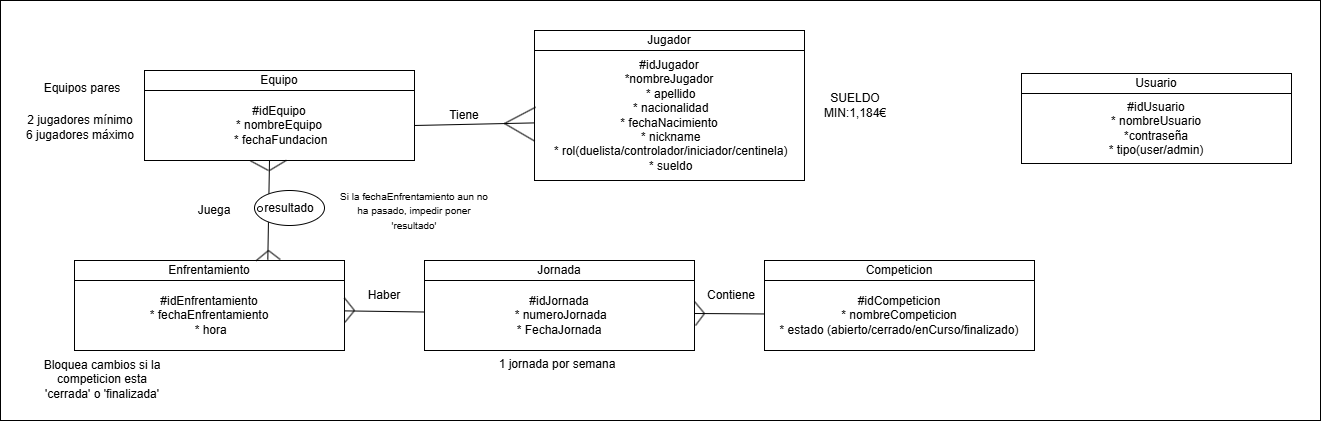
Above: Bases de Datos/MER.png in michaelratcliffe52978-blip/RETO-E-SPORTS (draw.io), before the change. Source tidied: cells renumbered, new cells last; positions are measured from the earlier drawing's top-left corner, leaving out a move shared by most shapes.
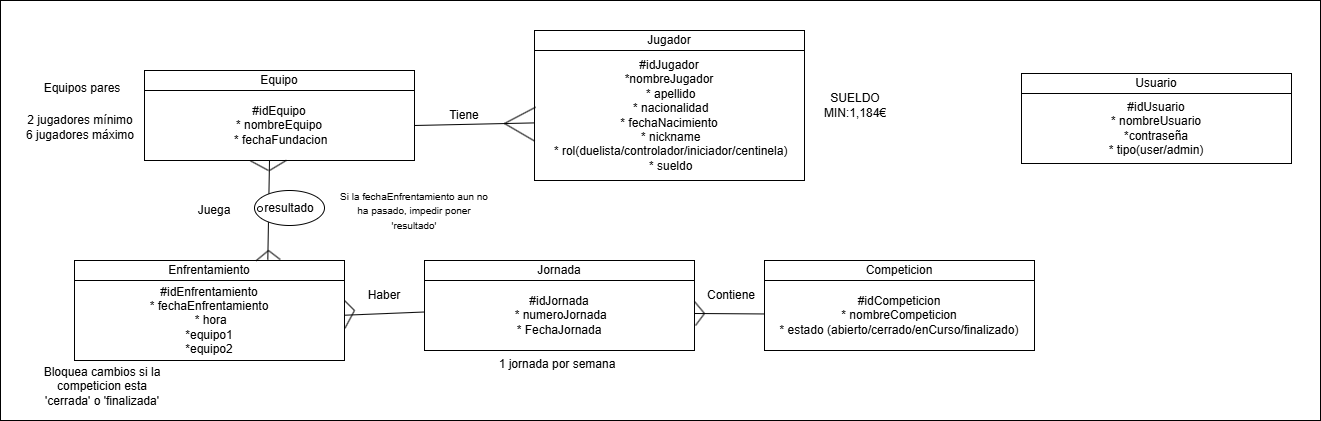
Above is the later version.

Change to the diagram source:
```diff
@@ -26,8 +26,8 @@
     <mxCell id="9" value="Enfrentamiento" style="rounded=0;whiteSpace=wrap;html=1;" parent="1" vertex="1">
       <mxGeometry x="74" y="260" width="270" height="20" as="geometry" />
     </mxCell>
-    <mxCell id="10" value="#idEnfrentamiento&lt;div&gt;* fechaEnfrentamiento&lt;/div&gt;&lt;div&gt;&amp;nbsp;* hora&lt;/div&gt;" style="rounded=0;whiteSpace=wrap;html=1;" parent="1" vertex="1">
-      <mxGeometry x="74" y="280" width="270" height="70" as="geometry" />
+    <mxCell id="10" value="#idEnfrentamiento&lt;div&gt;* fechaEnfrentamiento&lt;/div&gt;&lt;div&gt;&amp;nbsp;* hora&lt;/div&gt;&lt;div&gt;*equipo1&lt;/div&gt;&lt;div&gt;*equipo2&lt;/div&gt;" style="rounded=0;whiteSpace=wrap;html=1;" parent="1" vertex="1">
+      <mxGeometry x="74" y="280" width="270" height="80" as="geometry" />
     </mxCell>
     <mxCell id="11" style="ellipse;whiteSpace=wrap;html=1;" parent="1" vertex="1">
       <mxGeometry x="257" y="206" width="5" height="5" as="geometry" />
@@ -143,7 +143,7 @@
       <mxGeometry x="1021" y="93" width="270" height="70" as="geometry" />
     </mxCell>
     <mxCell id="39" value="Bloquea cambios si la competicion esta 'cerrada' o 'finalizada'" style="text;html=1;whiteSpace=wrap;strokeColor=none;fillColor=none;align=center;verticalAlign=middle;rounded=0;" parent="1" vertex="1">
-      <mxGeometry x="42" y="364" width="120" height="30" as="geometry" />
+      <mxGeometry x="42" y="371" width="120" height="30" as="geometry" />
     </mxCell>
     <mxCell id="40" value="&lt;font style=&quot;font-size: 10px;&quot;&gt;Si la fechaEnfrentamiento aun no ha pasado, impedir poner 'resultado'&lt;/font&gt;" style="text;html=1;whiteSpace=wrap;strokeColor=none;fillColor=none;align=center;verticalAlign=middle;rounded=0;" parent="1" vertex="1">
       <mxGeometry x="334" y="195" width="160" height="30" as="geometry" />
```
